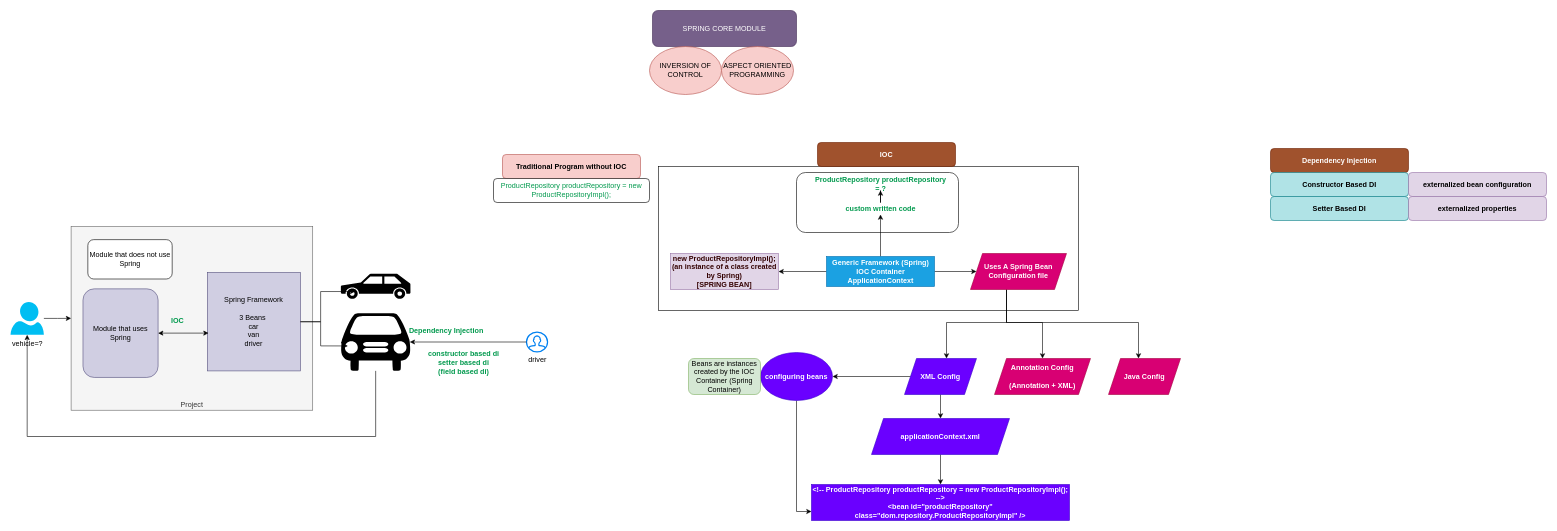
Before: page "spring-core" (2 of 3) of spring-core.drawio in ujjawal09/spring-github, a draw.io diagram. Source tidied: cells renumbered, new cells numbered last; positions are measured from the earlier drawing's top-left corner, leaving out a move shared by most shapes. Both pictures are drawn from the tidied source at 60%, with x=0, y=0 at pixel (10, 10).
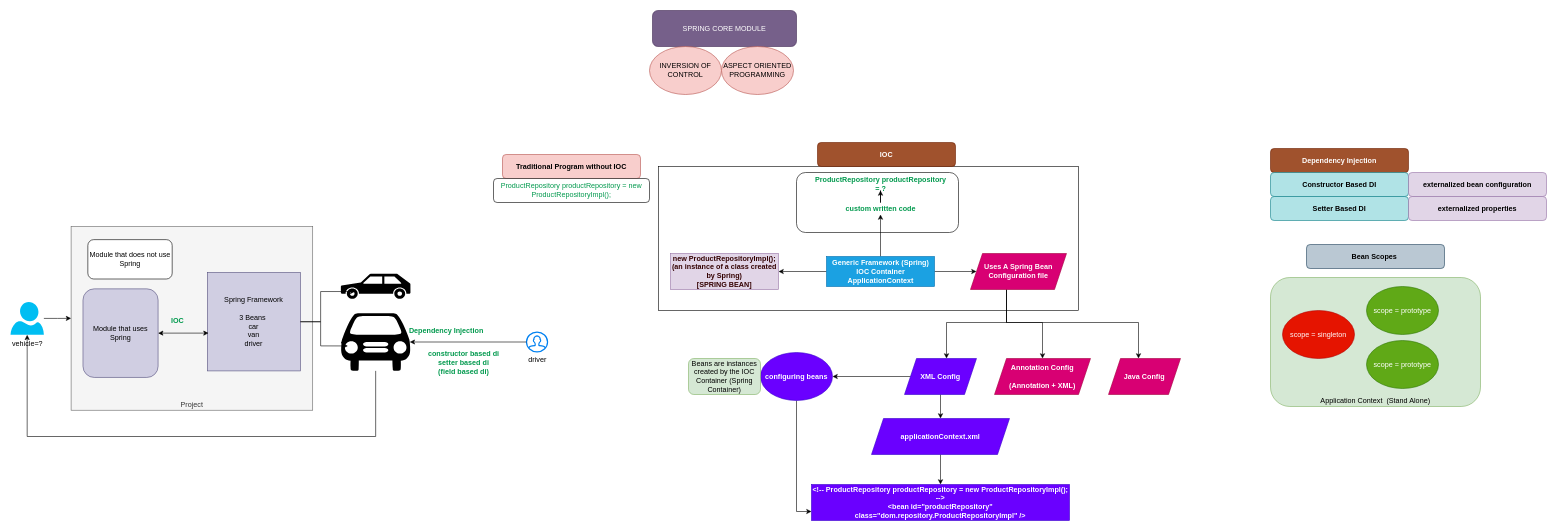
Above is the later version.

The edit, as a diff of the source:
```diff
@@
+    <mxCell id="58" value="Bean Scopes&amp;nbsp;" style="rounded=1;whiteSpace=wrap;html=1;fillColor=#bac8d3;strokeColor=#23445d;fontStyle=1;" parent="1" vertex="1">
+      <mxGeometry x="2160" y="390" width="230" height="40" as="geometry" />
+    </mxCell>
+    <mxCell id="59" value="Application Context&amp;nbsp; (Stand Alone)" style="rounded=1;whiteSpace=wrap;html=1;fillColor=#d5e8d4;strokeColor=#82b366;verticalAlign=bottom;" parent="1" vertex="1">
+      <mxGeometry x="2100" y="445" width="350" height="215" as="geometry" />
+    </mxCell>
+    <mxCell id="60" value="scope = singleton" style="ellipse;whiteSpace=wrap;html=1;fillColor=#e51400;strokeColor=#B20000;fontColor=#ffffff;" parent="1" vertex="1">
+      <mxGeometry x="2120" y="500" width="120" height="80" as="geometry" />
+    </mxCell>
+    <mxCell id="61" value="scope = prototype" style="ellipse;whiteSpace=wrap;html=1;fillColor=#60a917;strokeColor=#2D7600;fontColor=#ffffff;" parent="1" vertex="1">
+      <mxGeometry x="2260" y="460" width="120" height="80" as="geometry" />
+    </mxCell>
+    <mxCell id="62" value="scope = prototype" style="ellipse;whiteSpace=wrap;html=1;fillColor=#60a917;strokeColor=#2D7600;fontColor=#ffffff;" parent="1" vertex="1">
+      <mxGeometry x="2260" y="550" width="120" height="80" as="geometry" />
+    </mxCell>
```
